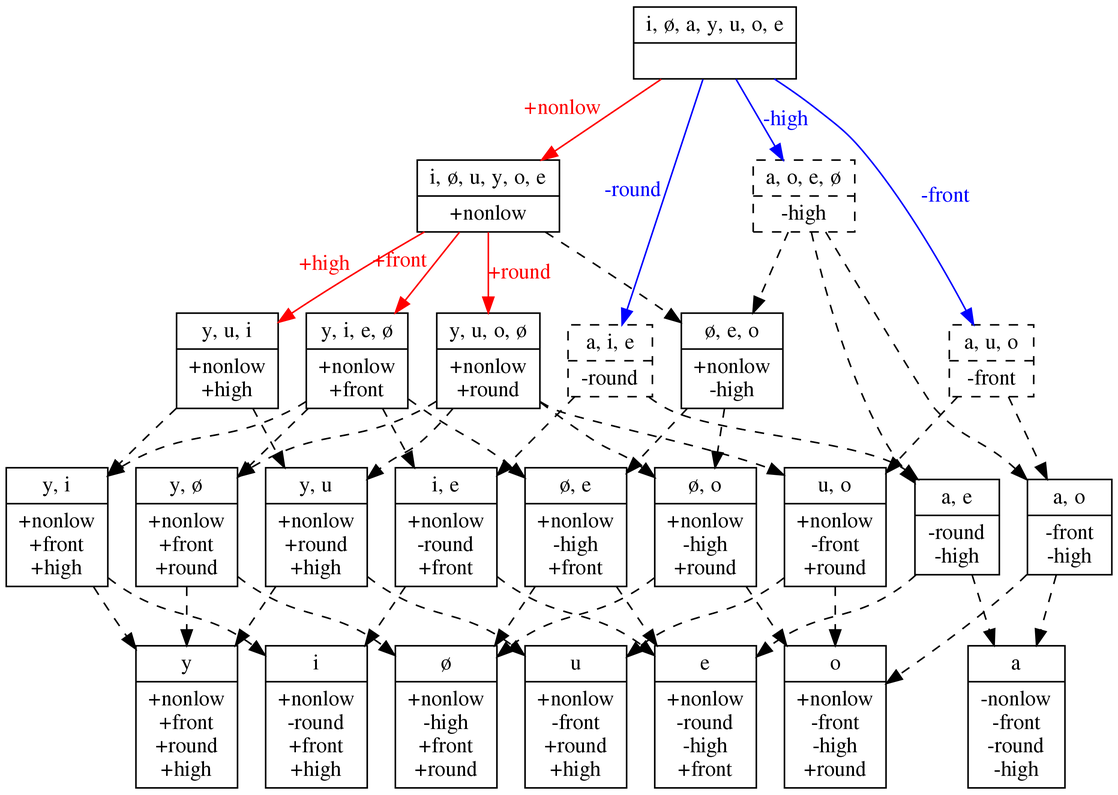
Above: squib/diagrams/vowel_inventory_full_TOPOLOGICAL.png in rdaland/Pheatures (Graphviz), before the change. Its source is kept beside it as squib/diagrams/vowel_inventory_full_TOPOLOGICAL.gv.
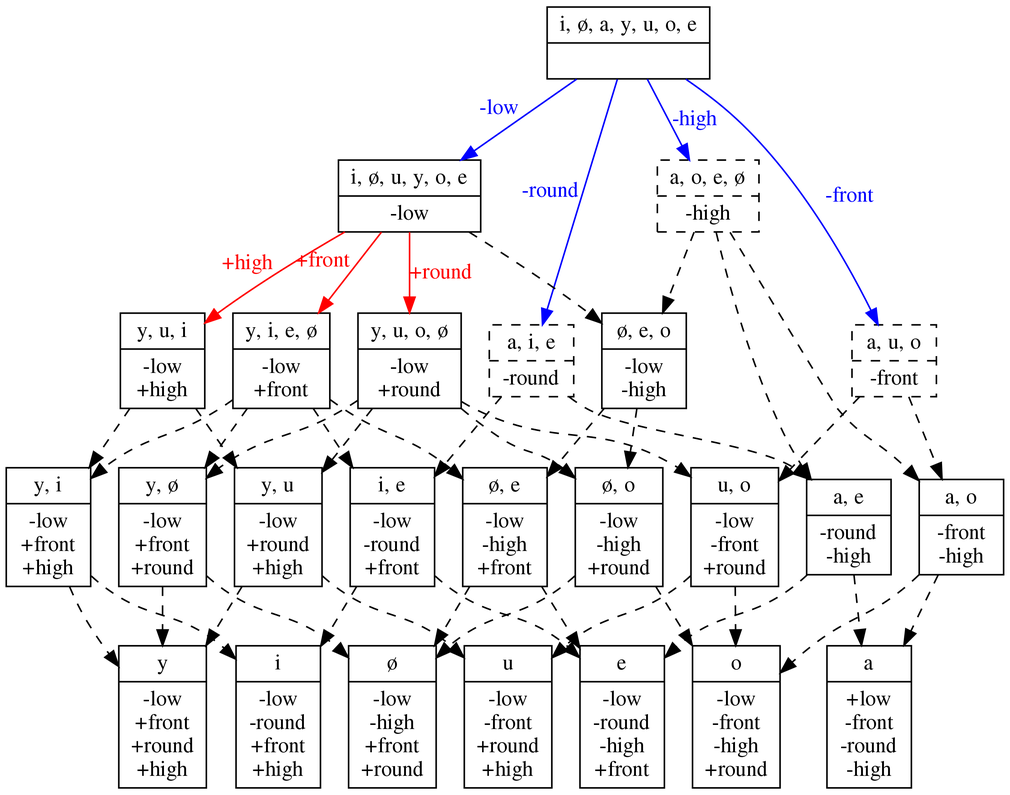
After the commit.

What changed in the source:
```diff
@@ -1,32 +1,32 @@
 digraph {
 	graph [ dpi = 300 ];
 	0 [label="{<segs> i, ø, a, y, u, o, e |<feats>  }",shape=record]
-	1 [label="{<segs> i, ø, u, y, o, e |<feats> +nonlow }",shape=record]
-	2 [label="{<segs> y, i, e, ø |<feats> +nonlow\n+front }",shape=record]
-	3 [label="{<segs> y, u, o, ø |<feats> +nonlow\n+round }",shape=record]
-	4 [label="{<segs> y, u, i |<feats> +nonlow\n+high }",shape=record]
-	5 [label="{<segs> i |<feats> +nonlow\n-round\n+front\n+high }",shape=record]
-	6 [label="{<segs> y |<feats> +nonlow\n+front\n+round\n+high }",shape=record]
-	7 [label="{<segs> u |<feats> +nonlow\n-front\n+round\n+high }",shape=record]
-	8 [label="{<segs> e |<feats> +nonlow\n-round\n-high\n+front }",shape=record]
-	9 [label="{<segs> ø |<feats> +nonlow\n-high\n+front\n+round }",shape=record]
-	10 [label="{<segs> o |<feats> +nonlow\n-front\n-high\n+round }",shape=record]
-	11 [label="{<segs> a |<feats> -nonlow\n-front\n-round\n-high }",shape=record]
-	12 [label="{<segs> y, ø |<feats> +nonlow\n+front\n+round }",shape=record]
-	13 [label="{<segs> y, i |<feats> +nonlow\n+front\n+high }",shape=record]
-	14 [label="{<segs> y, u |<feats> +nonlow\n+round\n+high }",shape=record]
+	1 [label="{<segs> i, ø, u, y, o, e |<feats> -low }",shape=record]
+	2 [label="{<segs> y, i, e, ø |<feats> -low\n+front }",shape=record]
+	3 [label="{<segs> y, u, o, ø |<feats> -low\n+round }",shape=record]
+	4 [label="{<segs> y, u, i |<feats> -low\n+high }",shape=record]
+	5 [label="{<segs> i |<feats> -low\n-round\n+front\n+high }",shape=record]
+	6 [label="{<segs> y |<feats> -low\n+front\n+round\n+high }",shape=record]
+	7 [label="{<segs> u |<feats> -low\n-front\n+round\n+high }",shape=record]
+	8 [label="{<segs> e |<feats> -low\n-round\n-high\n+front }",shape=record]
+	9 [label="{<segs> ø |<feats> -low\n-high\n+front\n+round }",shape=record]
+	10 [label="{<segs> o |<feats> -low\n-front\n-high\n+round }",shape=record]
+	11 [label="{<segs> a |<feats> +low\n-front\n-round\n-high }",shape=record]
+	12 [label="{<segs> y, ø |<feats> -low\n+front\n+round }",shape=record]
+	13 [label="{<segs> y, i |<feats> -low\n+front\n+high }",shape=record]
+	14 [label="{<segs> y, u |<feats> -low\n+round\n+high }",shape=record]
 	15 [label="{<segs> a, u, o |<feats> -front }",shape=record,style=dashed]
-	16 [label="{<segs> u, o |<feats> +nonlow\n-front\n+round }",shape=record]
+	16 [label="{<segs> u, o |<feats> -low\n-front\n+round }",shape=record]
 	17 [label="{<segs> a, i, e |<feats> -round }",shape=record,style=dashed]
-	18 [label="{<segs> i, e |<feats> +nonlow\n-round\n+front }",shape=record]
+	18 [label="{<segs> i, e |<feats> -low\n-round\n+front }",shape=record]
 	19 [label="{<segs> a, o, e, ø |<feats> -high }",shape=record,style=dashed]
-	20 [label="{<segs> ø, e, o |<feats> +nonlow\n-high }",shape=record]
-	21 [label="{<segs> ø, e |<feats> +nonlow\n-high\n+front }",shape=record]
-	22 [label="{<segs> ø, o |<feats> +nonlow\n-high\n+round }",shape=record]
+	20 [label="{<segs> ø, e, o |<feats> -low\n-high }",shape=record]
+	21 [label="{<segs> ø, e |<feats> -low\n-high\n+front }",shape=record]
+	22 [label="{<segs> ø, o |<feats> -low\n-high\n+round }",shape=record]
 	23 [label="{<segs> a, o |<feats> -front\n-high }",shape=record]
 	24 [label="{<segs> a, e |<feats> -round\n-high }",shape=record]
 
-	0 -> 1 [xlabel="+nonlow",fontcolor=red,color=red]
+	0 -> 1 [xlabel="-low",fontcolor=blue,color=blue]
 	0 -> 15 [label="-front",fontcolor=blue,color=blue]
 	0 -> 17 [xlabel="-round",fontcolor=blue,color=blue]
 	0 -> 19 [label="-high",fontcolor=blue,color=blue]
```
